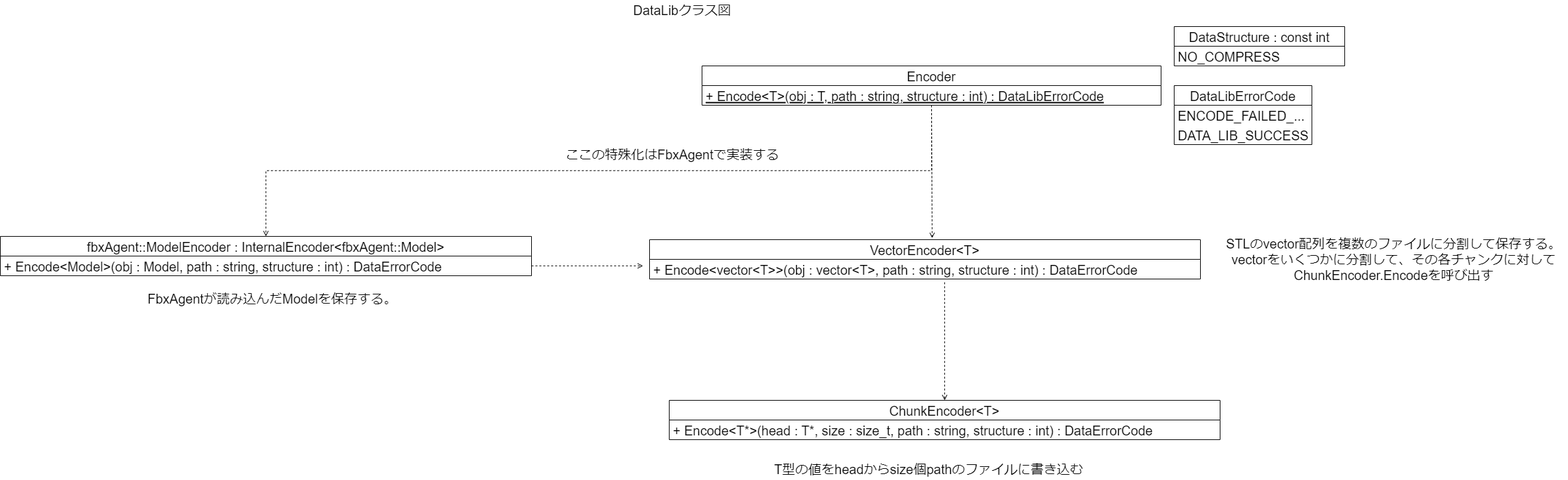
Dumble009/DataLib keeps this draw.io diagram as design/DataLibEncoderClassDiagram.png. Above is the earlier version. Source tidied: cells renumbered, new cells last; positions are measured from the earlier drawing's top-left corner, leaving out a move shared by most shapes.
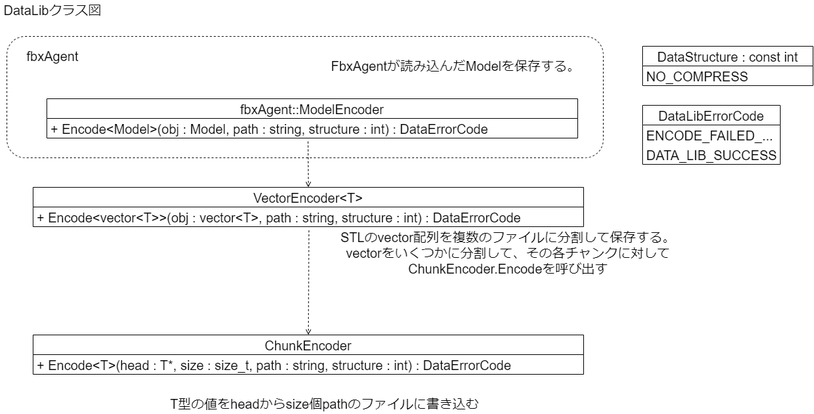
The same file after the commit.

What changed in the source:
```diff
@@ -2,23 +2,20 @@
   <root>
     <mxCell id="0" />
     <mxCell id="1" parent="0" />
+    <mxCell id="24" style="rounded=1;whiteSpace=wrap;html=1;fillColor=none;dashed=1;" parent="1" vertex="1">
+      <mxGeometry x="950" y="135" width="910" height="185" as="geometry" />
+    </mxCell>
     <mxCell id="2" value="DataLibクラス図" style="text;html=1;strokeColor=none;fillColor=none;align=center;verticalAlign=middle;whiteSpace=wrap;rounded=0;fontSize=20;" parent="1" vertex="1">
-      <mxGeometry x="960" width="160" height="30" as="geometry" />
+      <mxGeometry x="940" y="80" width="160" height="30" as="geometry" />
     </mxCell>
-    <mxCell id="3" value="Encoder" style="swimlane;fontStyle=0;horizontal=1;startSize=30;fontSize=20;" parent="1" vertex="1">
-      <mxGeometry x="1070" y="100" width="700" height="60" as="geometry" />
-    </mxCell>
-    <mxCell id="4" value="+ Encode&lt;T&gt;(obj : T, path : string, structure : int) : DataLibErrorCode" style="text;strokeColor=none;fillColor=none;align=left;verticalAlign=middle;spacingLeft=4;spacingRight=4;overflow=hidden;fontSize=20;fontStyle=4;" parent="3" vertex="1">
-      <mxGeometry y="30" width="700" height="30" as="geometry" />
-    </mxCell>
     <mxCell id="5" value="DataStructure : const int" style="swimlane;fontStyle=0;horizontal=1;startSize=30;fontSize=20;" parent="1" vertex="1">
-      <mxGeometry x="1790" y="40" width="260" height="60" as="geometry" />
+      <mxGeometry x="1920" y="150" width="260" height="60" as="geometry" />
     </mxCell>
     <mxCell id="6" value="NO_COMPRESS" style="text;strokeColor=none;fillColor=none;align=left;verticalAlign=middle;spacingLeft=4;spacingRight=4;overflow=hidden;fontSize=20;" parent="5" vertex="1">
       <mxGeometry y="30" width="260" height="30" as="geometry" />
     </mxCell>
     <mxCell id="7" value="DataLibErrorCode" style="swimlane;fontStyle=0;horizontal=1;startSize=30;fontSize=20;" parent="1" vertex="1">
-      <mxGeometry x="1790" y="130" width="210" height="90" as="geometry" />
+      <mxGeometry x="1920" y="240" width="210" height="90" as="geometry" />
     </mxCell>
     <mxCell id="8" value="ENCODE_FAILED_..." style="text;strokeColor=none;fillColor=none;align=left;verticalAlign=middle;spacingLeft=4;spacingRight=4;overflow=hidden;fontSize=20;" parent="7" vertex="1">
       <mxGeometry y="30" width="210" height="30" as="geometry" />
@@ -32,49 +29,35 @@
     <mxCell id="11" value="+ Encode&lt;vector&lt;T&gt;&gt;(obj : vector&lt;T&gt;, path : string, structure : int) : DataErrorCode" style="text;strokeColor=none;fillColor=none;align=left;verticalAlign=middle;spacingLeft=4;spacingRight=4;overflow=hidden;points=[[0,0.5],[1,0.5]];portConstraint=eastwest;fontSize=20;fontStyle=0;" parent="10" vertex="1">
       <mxGeometry y="30" width="840" height="30" as="geometry" />
     </mxCell>
-    <mxCell id="12" value="ChunkEncoder&lt;T&gt;" style="swimlane;fontStyle=0;horizontal=1;startSize=30;fontSize=20;" parent="1" vertex="1">
-      <mxGeometry x="1020" y="610" width="840" height="60" as="geometry" />
+    <mxCell id="12" value="ChunkEncoder" style="swimlane;fontStyle=0;horizontal=1;startSize=30;fontSize=20;" parent="1" vertex="1">
+      <mxGeometry x="990" y="590" width="840" height="60" as="geometry" />
     </mxCell>
-    <mxCell id="13" value="+ Encode&lt;T*&gt;(head : T*, size : size_t, path : string, structure : int) : DataErrorCode" style="text;strokeColor=none;fillColor=none;align=left;verticalAlign=middle;spacingLeft=4;spacingRight=4;overflow=hidden;fontSize=20;fontStyle=0;" parent="12" vertex="1">
+    <mxCell id="13" value="+ Encode&lt;T&gt;(head : T*, size : size_t, path : string, structure : int) : DataErrorCode" style="text;strokeColor=none;fillColor=none;align=left;verticalAlign=middle;spacingLeft=4;spacingRight=4;overflow=hidden;fontSize=20;fontStyle=0;" parent="12" vertex="1">
       <mxGeometry y="30" width="840" height="30" as="geometry" />
     </mxCell>
     <mxCell id="14" value="STLのvector配列を複数のファイルに分割して保存する。&lt;br&gt;vectorをいくつかに分割して、その各チャンクに対してChunkEncoder.Encodeを呼び出す" style="text;html=1;strokeColor=none;fillColor=none;align=center;verticalAlign=middle;whiteSpace=wrap;rounded=0;fontSize=20;" parent="1" vertex="1">
-      <mxGeometry x="1860" y="380" width="530" height="30" as="geometry" />
+      <mxGeometry x="1450" y="450" width="530" height="30" as="geometry" />
     </mxCell>
     <mxCell id="15" value="T型の値をheadからsize個pathのファイルに書き込む" style="text;html=1;strokeColor=none;fillColor=none;align=center;verticalAlign=middle;whiteSpace=wrap;rounded=0;fontSize=20;" parent="1" vertex="1">
-      <mxGeometry x="1151" y="700" width="530" height="30" as="geometry" />
+      <mxGeometry x="1170" y="680" width="530" height="30" as="geometry" />
     </mxCell>
-    <mxCell id="16" value="fbxAgent::ModelEncoder : InternalEncoder&lt;fbxAgent::Model&gt;" style="swimlane;fontStyle=0;horizontal=1;startSize=30;fontSize=20;" parent="1" vertex="1">
-      <mxGeometry y="360" width="810" height="60" as="geometry" />
+    <mxCell id="16" value="fbxAgent::ModelEncoder" style="swimlane;fontStyle=0;horizontal=1;startSize=30;fontSize=20;" parent="1" vertex="1">
+      <mxGeometry x="1011" y="230" width="810" height="60" as="geometry" />
     </mxCell>
     <mxCell id="17" value="+ Encode&lt;Model&gt;(obj : Model, path : string, structure : int) : DataErrorCode" style="text;strokeColor=none;fillColor=none;align=left;verticalAlign=middle;spacingLeft=4;spacingRight=4;overflow=hidden;points=[[0,0.5],[1,0.5]];portConstraint=eastwest;fontSize=20;fontStyle=0;" parent="16" vertex="1">
       <mxGeometry y="30" width="810" height="30" as="geometry" />
     </mxCell>
     <mxCell id="18" value="FbxAgentが読み込んだModelを保存する。" style="text;html=1;strokeColor=none;fillColor=none;align=center;verticalAlign=middle;whiteSpace=wrap;rounded=0;fontSize=20;" parent="1" vertex="1">
-      <mxGeometry x="150" y="440" width="530" height="30" as="geometry" />
+      <mxGeometry x="1370" y="165" width="530" height="30" as="geometry" />
     </mxCell>
-    <mxCell id="19" style="endArrow=open;html=1;rounded=0;fontSize=20;entryX=0.5;entryY=0;entryDx=0;entryDy=0;dashed=1;endFill=0;elbow=vertical;" parent="1" edge="1" target="12">
-      <mxGeometry relative="1" as="geometry">
-        <mxPoint x="1440" y="430" as="sourcePoint" />
-      </mxGeometry>
+    <mxCell id="19" style="endArrow=open;html=1;rounded=0;fontSize=20;entryX=0.5;entryY=0;entryDx=0;entryDy=0;dashed=1;endFill=0;elbow=vertical;exitX=0.501;exitY=1.188;exitDx=0;exitDy=0;exitPerimeter=0;" parent="1" edge="1" source="11" target="12">
+      <mxGeometry relative="1" as="geometry" />
     </mxCell>
-    <mxCell id="20" style="endArrow=open;html=1;rounded=0;elbow=vertical;entryX=0.5;entryY=0;entryDx=0;entryDy=0;edgeStyle=elbowEdgeStyle;dashed=1;endFill=0;" parent="1" edge="1" target="16">
-      <mxGeometry relative="1" as="geometry">
-        <mxPoint x="1420" y="160" as="sourcePoint" />
-      </mxGeometry>
-    </mxCell>
-    <mxCell id="21" value="ここの特殊化はFbxAgentで実装する" style="text;html=1;strokeColor=none;fillColor=none;align=center;verticalAlign=middle;whiteSpace=wrap;rounded=0;fontSize=20;" parent="1" vertex="1">
-      <mxGeometry x="850" y="220" width="350" height="30" as="geometry" />
-    </mxCell>
-    <mxCell id="22" style="endArrow=open;html=1;rounded=0;fontSize=20;dashed=1;endFill=0;elbow=vertical;exitX=1;exitY=0.5;exitDx=0;exitDy=0;" parent="1" edge="1" source="17">
-      <mxGeometry relative="1" as="geometry">
-        <mxPoint x="980" y="405" as="targetPoint" />
-      </mxGeometry>
+    <mxCell id="22" style="endArrow=open;html=1;rounded=0;fontSize=20;dashed=1;endFill=0;elbow=vertical;exitX=0.492;exitY=1.173;exitDx=0;exitDy=0;exitPerimeter=0;entryX=0.5;entryY=0;entryDx=0;entryDy=0;" parent="1" edge="1" source="17" target="10">
+      <mxGeometry relative="1" as="geometry" />
     </mxCell>
-    <mxCell id="23" style="endArrow=open;html=1;rounded=0;fontSize=20;dashed=1;endFill=0;elbow=vertical;entryX=0.513;entryY=-0.04;entryDx=0;entryDy=0;entryPerimeter=0;" parent="1" edge="1" target="10">
-      <mxGeometry relative="1" as="geometry">
-        <mxPoint x="1420" y="160" as="sourcePoint" />
-      </mxGeometry>
-    </mxCell>
+    <mxCell id="25" value="fbxAgent" style="text;html=1;strokeColor=none;fillColor=none;align=center;verticalAlign=middle;whiteSpace=wrap;rounded=0;fontSize=20;" parent="1" vertex="1">
+      <mxGeometry x="960" y="150" width="120" height="30" as="geometry" />
+    </mxCell>
   </root>
 </mxGraphModel>
```
